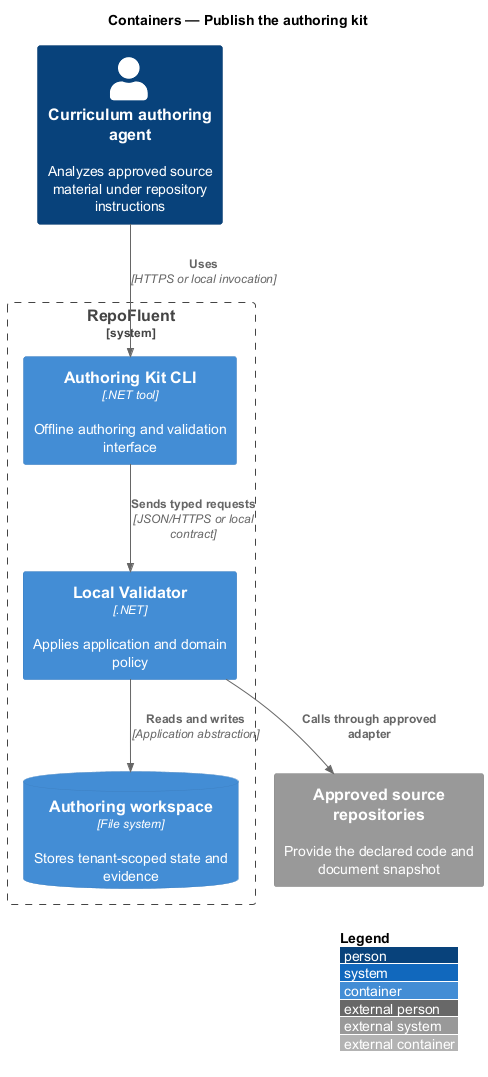
This is docs/detailed-designs/03-agent-authoring-kit/publish-authoring-kit/diagrams/c4-container.png from QuinntyneBrown/RepoFluent, a PlantUML export, as it was before one commit. The source it was exported from:
```plantuml
@startuml
!include <C4/C4_Container>
LAYOUT_WITH_LEGEND()
title Containers — Publish the authoring kit

Person(actor, "Curriculum authoring agent", "Analyzes approved source material under repository instructions")
System_Boundary(repofluent, "RepoFluent") {
  Container(entry, "Authoring Kit CLI", ".NET tool", "Offline authoring and validation interface")
  Container(api, "Local Validator", ".NET", "Applies application and domain policy")
  ContainerDb(store, "Authoring workspace", "File system", "Stores tenant-scoped state and evidence")
}
System_Ext(dependency, "Approved source repositories", "Provide the declared code and document snapshot")

Rel(actor, entry, "Uses", "HTTPS or local invocation")
Rel(entry, api, "Sends typed requests", "JSON/HTTPS or local contract")
Rel(api, store, "Reads and writes", "Application abstraction")
Rel(api, dependency, "Calls through approved adapter")
@enduml
```
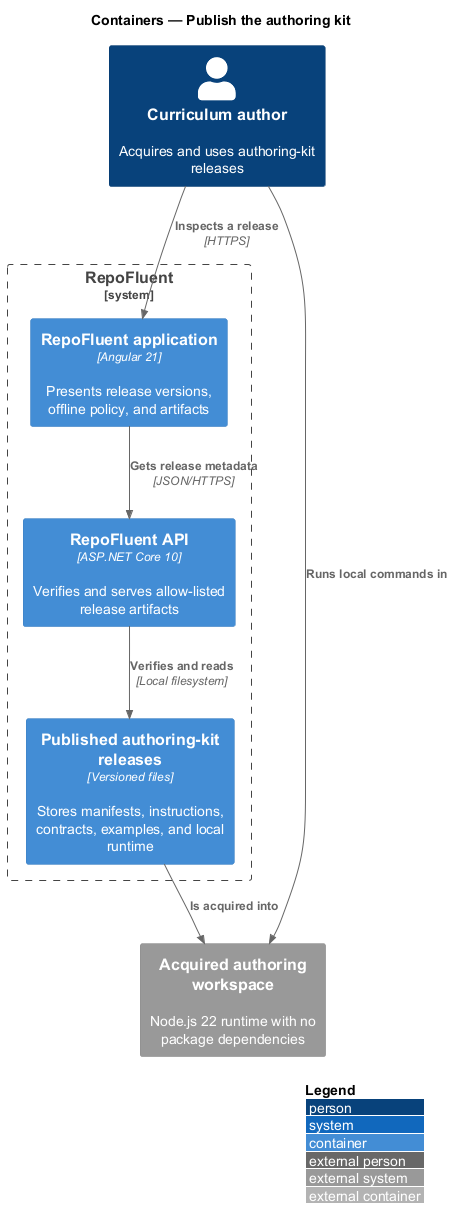
The same diagram one commit later.

Diff of the diagram source:
```diff
@@ -3,16 +3,17 @@
 LAYOUT_WITH_LEGEND()
 title Containers — Publish the authoring kit
 
-Person(actor, "Curriculum authoring agent", "Analyzes approved source material under repository instructions")
+Person(author, "Curriculum author", "Acquires and uses authoring-kit releases")
 System_Boundary(repofluent, "RepoFluent") {
-  Container(entry, "Authoring Kit CLI", ".NET tool", "Offline authoring and validation interface")
-  Container(api, "Local Validator", ".NET", "Applies application and domain policy")
-  ContainerDb(store, "Authoring workspace", "File system", "Stores tenant-scoped state and evidence")
+  Container(spa, "RepoFluent application", "Angular 21", "Presents release versions, offline policy, and artifacts")
+  Container(api, "RepoFluent API", "ASP.NET Core 10", "Verifies and serves allow-listed release artifacts")
+  Container(release, "Published authoring-kit releases", "Versioned files", "Stores manifests, instructions, contracts, examples, and local runtime")
 }
-System_Ext(dependency, "Approved source repositories", "Provide the declared code and document snapshot")
+System_Ext(workspace, "Acquired authoring workspace", "Node.js 22 runtime with no package dependencies")
 
-Rel(actor, entry, "Uses", "HTTPS or local invocation")
-Rel(entry, api, "Sends typed requests", "JSON/HTTPS or local contract")
-Rel(api, store, "Reads and writes", "Application abstraction")
-Rel(api, dependency, "Calls through approved adapter")
+Rel(author, spa, "Inspects a release", "HTTPS")
+Rel(spa, api, "Gets release metadata", "JSON/HTTPS")
+Rel(api, release, "Verifies and reads", "Local filesystem")
+Rel(author, workspace, "Runs local commands in")
+Rel(release, workspace, "Is acquired into")
 @enduml
```
